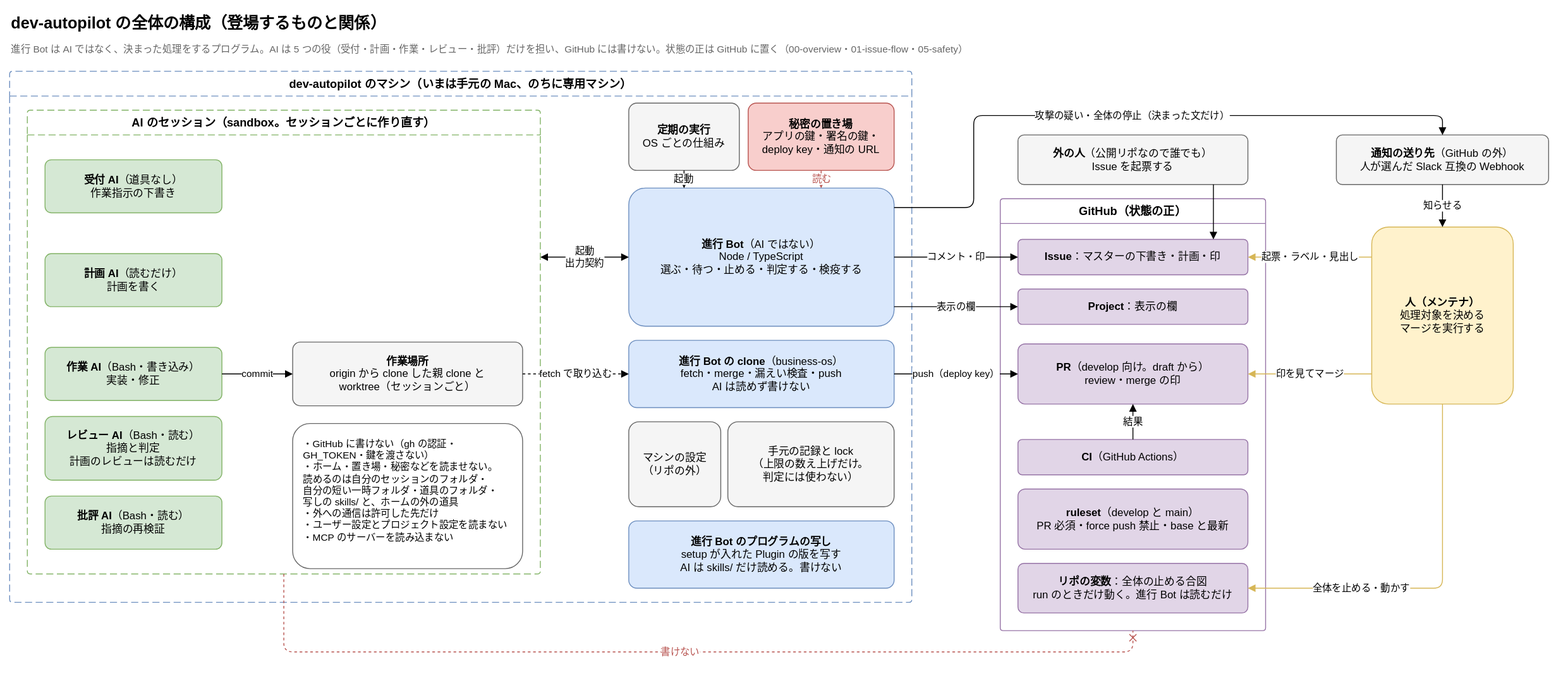
Before: docs/requirements/diagrams/overview.drawio.svg, a diagram exported from draw.io (Joymerrevent/dev-autopilot). Source tidied: cells renumbered, new cells last; positions are measured from the earlier drawing's top-left corner, leaving out a move shared by most shapes.
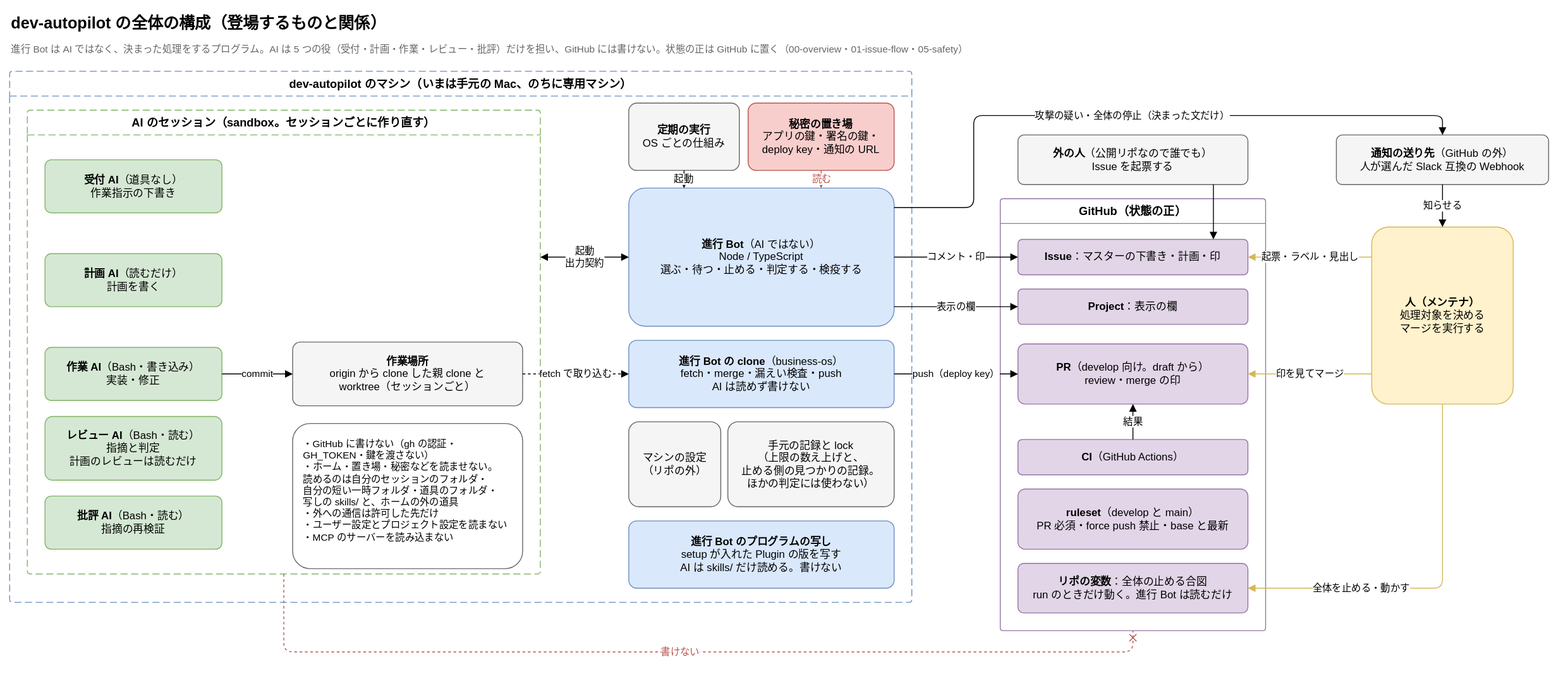
Above is the later version.

Commit message:
docs: 全体の構成の図の手元の記録の箱に、止める側の見つかりの記録を足す

ADR-20261111-001 の反映。要件の「運用の規則」で手元の記録に全体を止める側の例外を足したので、
全体の構成の図の「手元の記録と lock」の箱の「上限の数え上げだけ。判定には使わない」を、
「上限の数え上げと、止める側の見つかりの記録。ほかの判定には使わない」に直した。

Issue の流れの図は直さない。攻撃の疑いの箱（p_sec）は、全体の停止の Issue を開いて全体の AI を
止める主な流れを描き、印を書けなかったときの道はどの印についても描いていない。人の操作
（安全の確認を書いて全体の停止の Issue を閉じる）も変わらないため。

Claude-Session: https://claude.ai/code/session_01LvmXQN14Y95msvojZ6hWNP

The edit, as a diff of the source:
```diff
@@ -53,7 +53,7 @@
     <mxCell id="18" value="マシンの設定&lt;br&gt;（リポの外）" style="rounded=1;whiteSpace=wrap;html=1;fontSize=12;arcSize=12;fillColor=#f5f5f5;strokeColor=#666666;spacing=12;" parent="1" vertex="1">
       <mxGeometry x="700" y="466" width="104" height="96" as="geometry" />
     </mxCell>
-    <mxCell id="19" value="手元の記録と lock&lt;br&gt;（上限の数え上げだけ。&lt;br&gt;判定には使わない）" style="rounded=1;whiteSpace=wrap;html=1;fontSize=12;arcSize=12;fillColor=#f5f5f5;strokeColor=#666666;spacing=12;" parent="1" vertex="1">
+    <mxCell id="19" value="手元の記録と lock&lt;br&gt;（上限の数え上げと、&lt;br&gt;止める側の見つかりの記録。&lt;br&gt;ほかの判定には使わない）" style="rounded=1;whiteSpace=wrap;html=1;fontSize=12;arcSize=12;fillColor=#f5f5f5;strokeColor=#666666;spacing=12;" parent="1" vertex="1">
       <mxGeometry x="812" y="466" width="188" height="96" as="geometry" />
     </mxCell>
     <mxCell id="20" value="GitHub（状態の正）" style="swimlane;startSize=28;html=1;whiteSpace=wrap;rounded=1;arcSize=4;fontStyle=1;fontSize=13;strokeColor=#9673a6;fillColor=none;swimlaneFillColor=none;" parent="1" vertex="1">
```
